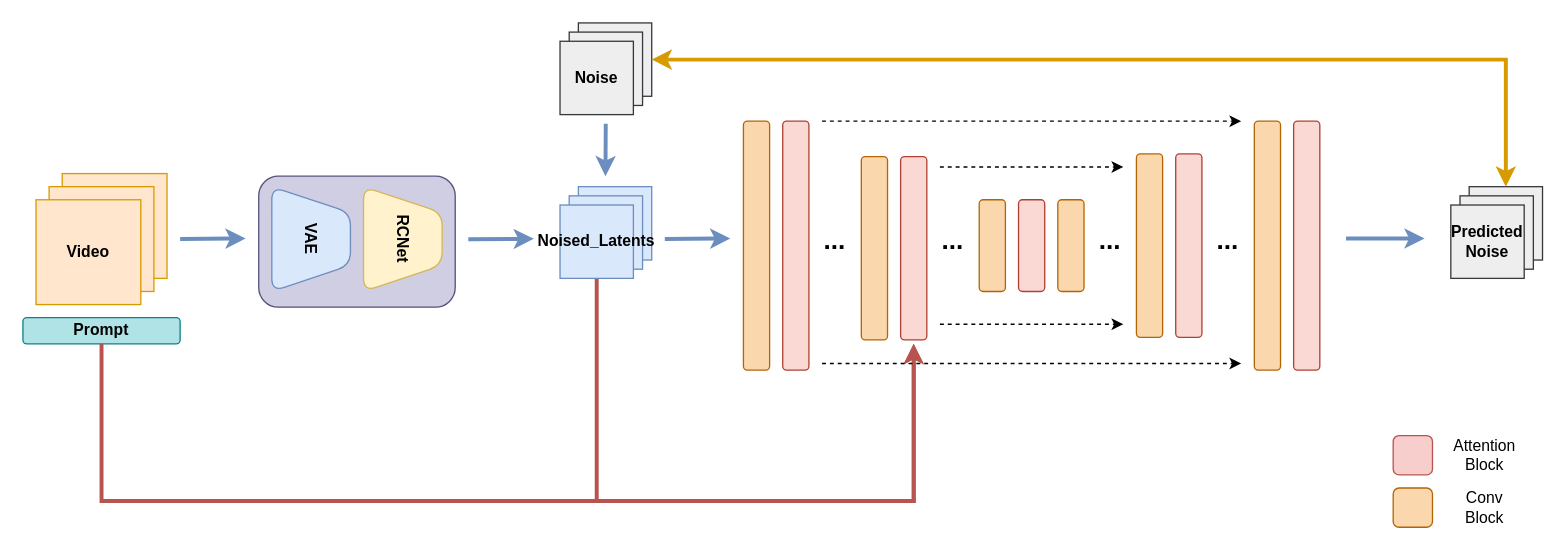
shinejjy/Flow-Chart keeps this draw.io diagram as VideoFromVideo.drawio. Above is the earlier version. Source tidied: cells renumbered, new cells numbered last; positions are measured from the earlier drawing's top-left corner, leaving out a move shared by most shapes. Both pictures are drawn from the tidied source at 131%, with x=0, y=0 at pixel (22, 22).
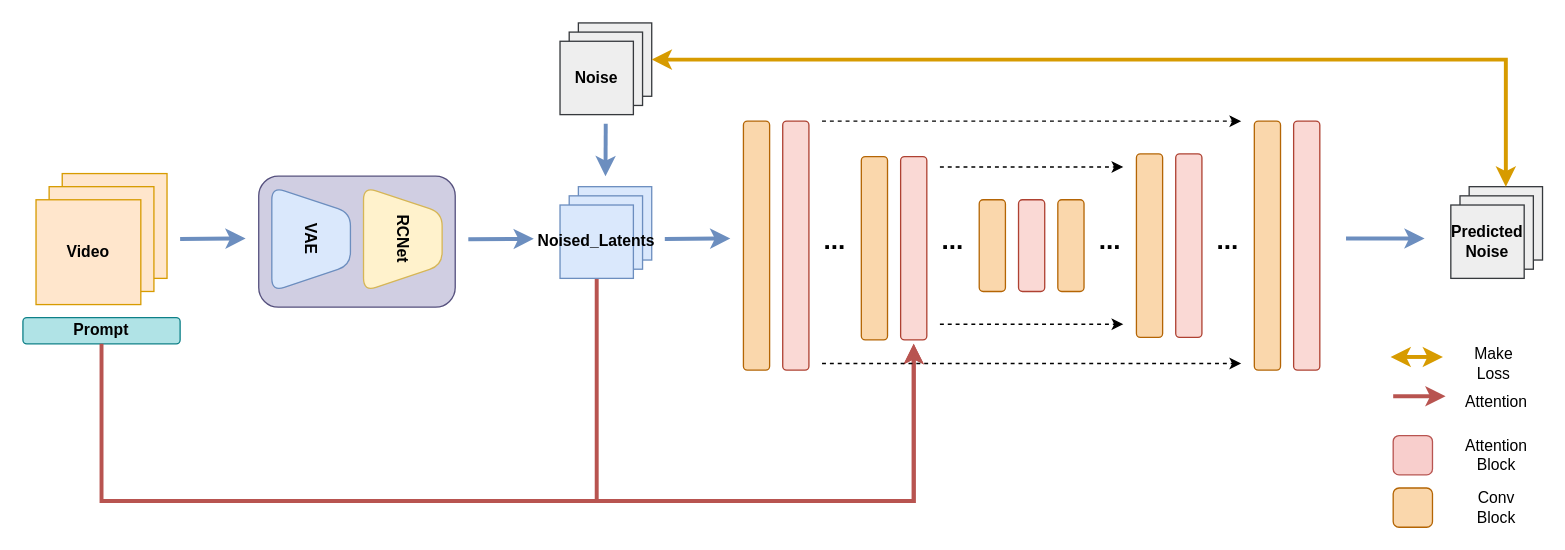
The same page after the edit.

Change to the diagram source:
```diff
@@
     <mxCell id="51" value="Attention Block" style="text;html=1;strokeColor=none;fillColor=none;align=center;verticalAlign=middle;whiteSpace=wrap;rounded=0;" parent="1" vertex="1">
-      <mxGeometry x="1086" y="315" width="60" height="30" as="geometry" />
+      <mxGeometry x="1095" y="315" width="60" height="30" as="geometry" />
     </mxCell>
@@
     <mxCell id="53" value="Conv&lt;br&gt;Block" style="text;html=1;strokeColor=none;fillColor=none;align=center;verticalAlign=middle;whiteSpace=wrap;rounded=0;" parent="1" vertex="1">
-      <mxGeometry x="1086" y="355" width="60" height="30" as="geometry" />
+      <mxGeometry x="1095" y="355" width="60" height="30" as="geometry" />
     </mxCell>
+    <mxCell id="54" style="endArrow=classic;html=1;rounded=0;fillColor=#ffe6cc;strokeColor=#d79b00;startArrow=classic;strokeWidth=3;" parent="1" edge="1">
+      <mxGeometry relative="1" as="geometry">
+        <mxPoint x="1044" y="255" as="sourcePoint" />
+        <mxPoint x="1084" y="255" as="targetPoint" />
+      </mxGeometry>
+    </mxCell>
+    <mxCell id="55" value="Make&lt;br&gt;Loss" style="text;html=1;strokeColor=none;fillColor=none;align=center;verticalAlign=middle;whiteSpace=wrap;rounded=0;" parent="1" vertex="1">
+      <mxGeometry x="1093" y="245" width="60" height="30" as="geometry" />
+    </mxCell>
+    <mxCell id="56" style="endArrow=classic;html=1;rounded=0;fillColor=#f8cecc;strokeColor=#b85450;startArrow=none;strokeWidth=3;startFill=0;" parent="1" edge="1">
+      <mxGeometry relative="1" as="geometry">
+        <mxPoint x="1046" y="285" as="sourcePoint" />
+        <mxPoint x="1086" y="285" as="targetPoint" />
+      </mxGeometry>
+    </mxCell>
+    <mxCell id="57" value="Attention" style="text;html=1;strokeColor=none;fillColor=none;align=center;verticalAlign=middle;whiteSpace=wrap;rounded=0;" parent="1" vertex="1">
+      <mxGeometry x="1095" y="275" width="60" height="30" as="geometry" />
+    </mxCell>
```
